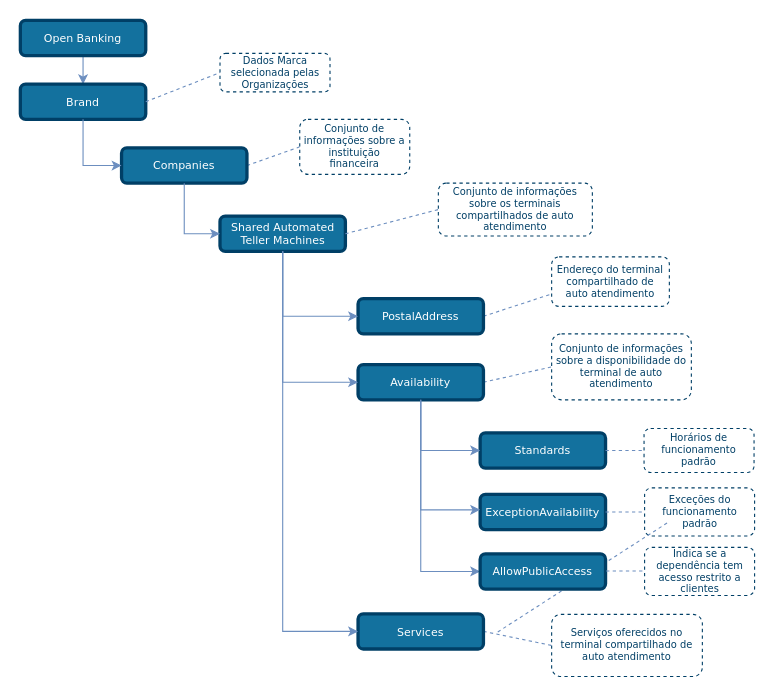
The draw.io diagram draw_io_diagrams/TLD_Shared_Automated_Teller_Machines_v1.drawio in OpenBanking-Brasil/areadesenvolvedor, before the edit. Source tidied: cells renumbered, new cells numbered last; positions are measured from the earlier drawing's top-left corner, leaving out a move shared by most shapes. Both pictures are drawn from the tidied source at 110%, with x=0, y=0 at pixel (20, 20).
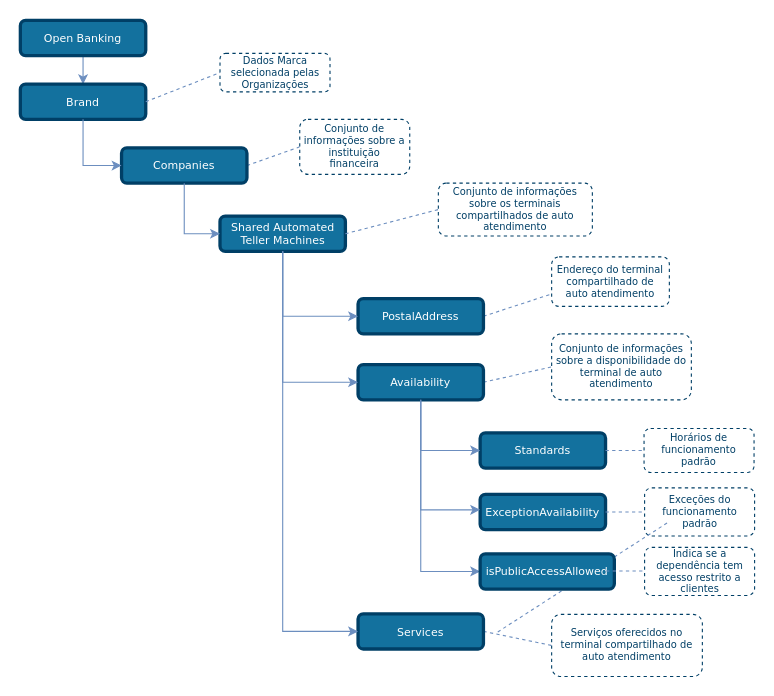
The same page after the edit.

Commit message (it also covers changes not shown here):
updated attribute name on diagrams

What changed in the source:
```diff
@@
-    <mxCell id="37" value="AllowPublicAccess" style="rounded=1;comic=0;shadow=0;backgroundOutline=0;snapToPoint=0;fixDash=0;strokeWidth=3;fontFamily=Verdana;fontStyle=0;labelBorderColor=none;labelBackgroundColor=none;whiteSpace=wrap;html=1;fontSize=10;fillColor=#13719E;strokeColor=#003F66;fontColor=#ffffff;" parent="1" vertex="1">
-      <mxGeometry x="418" y="485" width="114" height="32" as="geometry" />
+    <mxCell id="37" value="isPublicAccessAllowed" style="rounded=1;comic=0;shadow=0;backgroundOutline=0;snapToPoint=0;fixDash=0;strokeWidth=3;fontFamily=Verdana;fontStyle=0;labelBorderColor=none;labelBackgroundColor=none;whiteSpace=wrap;html=1;fontSize=10;fillColor=#13719E;strokeColor=#003F66;fontColor=#ffffff;" parent="1" vertex="1">
+      <mxGeometry x="418" y="485" width="122" height="32" as="geometry" />
     </mxCell>
```
